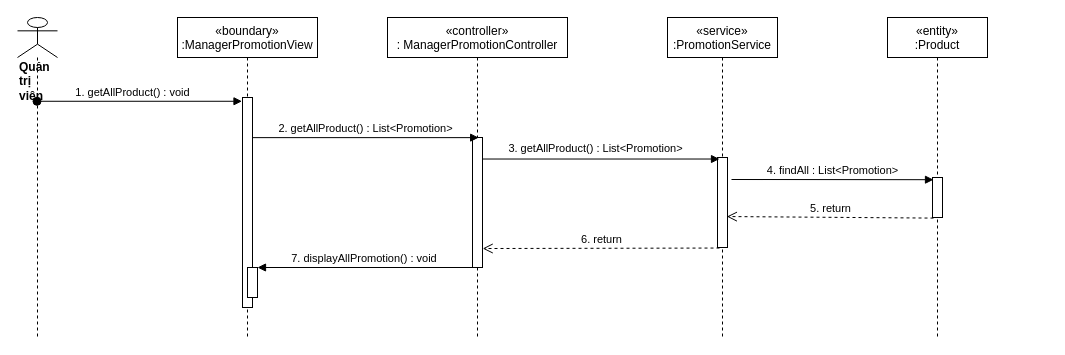
nguyenphamvan/datn_20202 keeps this draw.io diagram as sequence diagram/view-promotions-manager-sequence.drawio. Above is the earlier version. Source tidied: cells renumbered, new cells numbered last; positions are measured from the earlier drawing's top-left corner, leaving out a move shared by most shapes. Both pictures are drawn from the tidied source at 100%, with x=0, y=0 at pixel (17, 17).
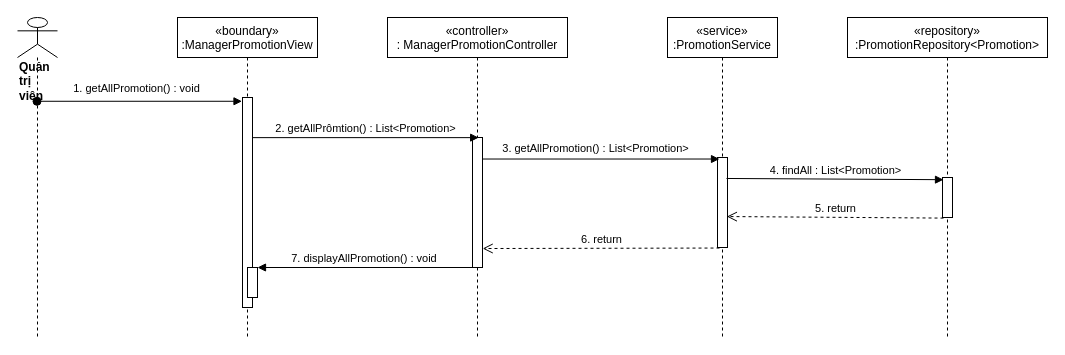
The same page after the edit.

The change refers to these unchanged cells:
```xml
<mxCell id="3" style="points=[];perimeter=orthogonalPerimeter;rounded=0;shadow=0;strokeWidth=1;" parent="2" vertex="1">
  <mxGeometry x="65" y="80" width="10" height="210" as="geometry" />
</mxCell>
<mxCell id="6" style="points=[];perimeter=orthogonalPerimeter;rounded=0;shadow=0;strokeWidth=1;" parent="5" vertex="1">
  <mxGeometry x="85" y="120" width="10" height="130" as="geometry" />
</mxCell>
<mxCell id="7" value="&lt;div&gt;&lt;b&gt;Quản trị viên&lt;/b&gt;&lt;/div&gt;" style="shape=umlLifeline;participant=umlActor;perimeter=lifelinePerimeter;whiteSpace=wrap;html=1;verticalAlign=top;spacingTop=36;outlineConnect=0;align=left;size=40;" parent="1" vertex="1">
  <mxGeometry width="40" height="320" as="geometry" />
</mxCell>
<mxCell id="10" style="points=[];perimeter=orthogonalPerimeter;rounded=0;shadow=0;strokeWidth=1;" parent="9" vertex="1">
  <mxGeometry x="50" y="140" width="10" height="90" as="geometry" />
</mxCell>
<mxCell id="12" style="html=1;verticalAlign=bottom;endArrow=block;entryX=0.2;entryY=0.017;entryDx=0;entryDy=0;entryPerimeter=0;" parent="1" edge="1" source="6" target="10">
  <mxGeometry relative="1" as="geometry" />
</mxCell>
```

The edit, as a diff of the source:
```diff
@@
-    <mxCell id="8" value="1. getAllProduct() : void" style="verticalAlign=bottom;startArrow=oval;endArrow=block;startSize=8;shadow=0;strokeWidth=1;entryX=-0.05;entryY=0.018;entryDx=0;entryDy=0;entryPerimeter=0;" parent="1" edge="1" source="7" target="3">
-      <mxGeometry x="-0.06" relative="1" as="geometry" />
+    <mxCell id="8" value="1. getAllPromotion() : void" style="verticalAlign=bottom;startArrow=oval;endArrow=block;startSize=8;shadow=0;strokeWidth=1;entryX=-0.05;entryY=0.018;entryDx=0;entryDy=0;entryPerimeter=0;" parent="1" edge="1" source="7" target="3">
+      <mxGeometry x="-0.02" y="4" relative="1" as="geometry" />
     </mxCell>
@@
-    <mxCell id="11" value="2. getAllProduct() : List&amp;lt;Promotion&amp;gt;" style="html=1;verticalAlign=bottom;endArrow=block;entryX=0.617;entryY=0.001;entryDx=0;entryDy=0;entryPerimeter=0;" parent="1" edge="1" source="3" target="6">
+    <mxCell id="11" value="2. getAllPrômtion() : List&amp;lt;Promotion&amp;gt;" style="html=1;verticalAlign=bottom;endArrow=block;entryX=0.617;entryY=0.001;entryDx=0;entryDy=0;entryPerimeter=0;" parent="1" edge="1" source="3" target="6">
       <mxGeometry relative="1" as="geometry" />
     </mxCell>
@@
-    <mxCell id="13" value="3. getAllProduct() : List&amp;lt;Promotion&amp;gt;" style="edgeLabel;html=1;align=center;verticalAlign=middle;" parent="12" vertex="1">
+    <mxCell id="13" value="3. getAllPromotion() : List&amp;lt;Promotion&amp;gt;" style="edgeLabel;html=1;align=center;verticalAlign=middle;" parent="12" vertex="1">
       <mxGeometry x="-0.08" y="4" relative="1" as="geometry">
         <mxPoint x="3" y="-7" as="offset" />
       </mxGeometry>
     </mxCell>
@@
-    <mxCell id="16" value="«entity»&#10;:Product" style="shape=umlLifeline;perimeter=lifelinePerimeter;rounded=0;shadow=0;strokeWidth=1;" parent="1" vertex="1">
-      <mxGeometry x="870" width="100" height="320" as="geometry" />
+    <mxCell id="16" value="«repository»&#10;:PromotionRepository&lt;Promotion&gt;" style="shape=umlLifeline;perimeter=lifelinePerimeter;rounded=0;shadow=0;strokeWidth=1;" parent="1" vertex="1">
+      <mxGeometry x="830" width="200" height="320" as="geometry" />
     </mxCell>
     <mxCell id="17" style="points=[];perimeter=orthogonalPerimeter;rounded=0;shadow=0;strokeWidth=1;" parent="16" vertex="1">
-      <mxGeometry x="45" y="160" width="10" height="40" as="geometry" />
+      <mxGeometry x="95" y="160" width="10" height="40" as="geometry" />
     </mxCell>
-    <mxCell id="18" value="4. findAll : List&amp;lt;Promotion&amp;gt;" style="html=1;verticalAlign=bottom;endArrow=block;entryX=0.1;entryY=0.055;entryDx=0;entryDy=0;entryPerimeter=0;" parent="1" edge="1" target="17">
-      <mxGeometry relative="1" as="geometry">
-        <mxPoint x="714" y="162" as="sourcePoint" />
-      </mxGeometry>
+    <mxCell id="18" value="4. findAll : List&amp;lt;Promotion&amp;gt;" style="html=1;verticalAlign=bottom;endArrow=block;entryX=0.1;entryY=0.055;entryDx=0;entryDy=0;entryPerimeter=0;exitX=0.9;exitY=0.233;exitDx=0;exitDy=0;exitPerimeter=0;" parent="1" edge="1" source="10" target="17">
+      <mxGeometry relative="1" as="geometry" />
     </mxCell>
```
